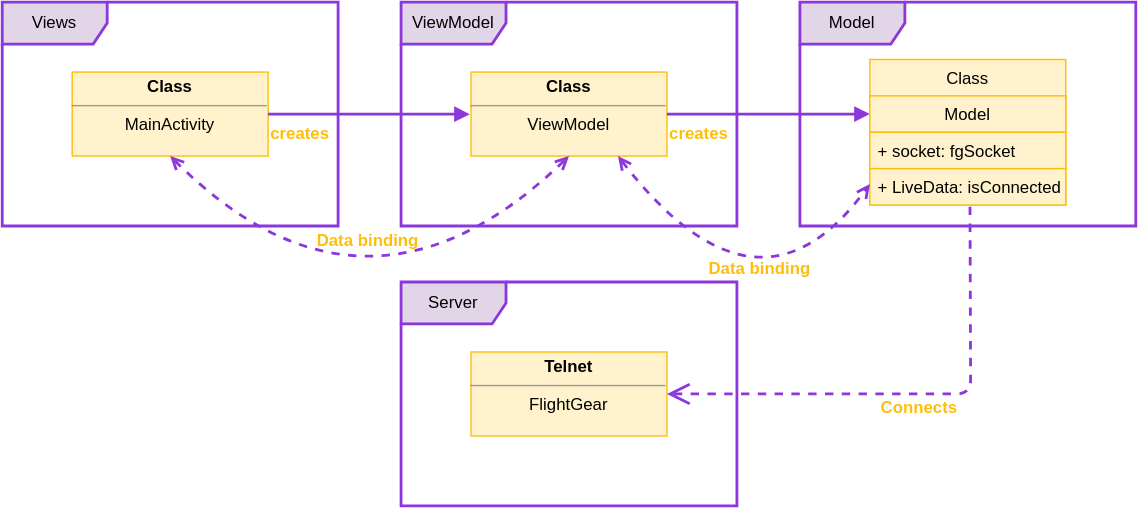
Above: docs/images/flyjoy_UML.svg in eyalmichon/FlyJoy (draw.io), before the change. Source tidied: cells renumbered, new cells last; positions are measured from the earlier drawing's top-left corner, leaving out a move shared by most shapes. Its diagram source:
```xml
<mxGraphModel>
  <root>
    <mxCell id="0" />
    <mxCell id="1" parent="0" />
    <mxCell id="2" value="Views" style="shape=umlFrame;whiteSpace=wrap;html=1;width=75;height=30;fillColor=#e1d5e7;strokeWidth=2;strokeColor=#8c37db;" parent="1" vertex="1">
      <mxGeometry width="240" height="160" as="geometry" />
    </mxCell>
    <mxCell id="3" value="ViewModel" style="shape=umlFrame;whiteSpace=wrap;html=1;width=75;height=30;strokeWidth=2;fillColor=#e1d5e7;strokeColor=#8c37db;" parent="1" vertex="1">
      <mxGeometry x="285" width="240" height="160" as="geometry" />
    </mxCell>
    <mxCell id="4" value="Model" style="shape=umlFrame;whiteSpace=wrap;html=1;width=75;height=30;fillColor=#e1d5e7;strokeWidth=2;strokeColor=#8c37db;" parent="1" vertex="1">
      <mxGeometry x="570" width="240" height="160" as="geometry" />
    </mxCell>
    <mxCell id="5" value="Server" style="shape=umlFrame;whiteSpace=wrap;html=1;width=75;height=30;fillColor=#e1d5e7;strokeWidth=2;strokeColor=#8c37db;" parent="1" vertex="1">
      <mxGeometry x="285" y="200" width="240" height="160" as="geometry" />
    </mxCell>
    <mxCell id="6" value="&lt;p style=&quot;margin: 0px ; margin-top: 4px ; text-align: center&quot;&gt;&lt;b&gt;Class&lt;/b&gt;&lt;/p&gt;&lt;hr size=&quot;1&quot;&gt;&lt;div style=&quot;text-align: center ; height: 2px&quot;&gt;ViewModel&lt;/div&gt;" style="verticalAlign=top;align=left;overflow=fill;fontSize=12;fontFamily=Helvetica;html=1;fillColor=#fff2cc;strokeColor=#ffbe0b;" parent="1" vertex="1">
      <mxGeometry x="335" y="50" width="140" height="60" as="geometry" />
    </mxCell>
    <mxCell id="7" value="&lt;p style=&quot;margin: 0px ; margin-top: 4px ; text-align: center&quot;&gt;&lt;b&gt;Class&lt;/b&gt;&lt;/p&gt;&lt;hr size=&quot;1&quot;&gt;&lt;div style=&quot;text-align: center ; height: 2px&quot;&gt;MainActivity&lt;/div&gt;" style="verticalAlign=top;align=left;overflow=fill;fontSize=12;fontFamily=Helvetica;html=1;fillColor=#fff2cc;strokeColor=#ffbe0b;" parent="1" vertex="1">
      <mxGeometry x="50" y="50" width="140" height="60" as="geometry" />
    </mxCell>
    <mxCell id="8" value="&lt;p style=&quot;margin: 0px ; margin-top: 4px ; text-align: center&quot;&gt;&lt;b&gt;Telnet&lt;/b&gt;&lt;/p&gt;&lt;hr size=&quot;1&quot;&gt;&lt;div style=&quot;text-align: center ; height: 2px&quot;&gt;FlightGear&lt;/div&gt;" style="verticalAlign=top;align=left;overflow=fill;fontSize=12;fontFamily=Helvetica;html=1;fillColor=#fff2cc;strokeColor=#ffbe0b;" parent="1" vertex="1">
      <mxGeometry x="335" y="250" width="140" height="60" as="geometry" />
    </mxCell>
    <mxCell id="9" value="creates" style="endArrow=block;endFill=1;html=1;edgeStyle=orthogonalEdgeStyle;align=left;verticalAlign=top;exitX=1;exitY=0.5;exitDx=0;exitDy=0;entryX=-0.006;entryY=0.501;entryDx=0;entryDy=0;entryPerimeter=0;strokeColor=#8c37db;strokeWidth=2;labelBackgroundColor=none;labelBorderColor=none;fontSize=12;fontStyle=1;fontColor=#ffbe0b;" parent="1" edge="1" source="7" target="6">
      <mxGeometry x="-1" relative="1" as="geometry" />
    </mxCell>
    <mxCell id="10" value="creates" style="endArrow=block;endFill=1;html=1;align=left;verticalAlign=top;exitX=1;exitY=0.5;exitDx=0;exitDy=0;entryX=0;entryY=0.5;entryDx=0;entryDy=0;strokeColor=#8c37db;strokeWidth=2;labelBackgroundColor=none;labelBorderColor=none;fontSize=12;fontStyle=1;fontColor=#ffbe0b;" parent="1" edge="1" source="6">
      <mxGeometry x="-1" relative="1" as="geometry">
        <mxPoint x="620" y="80" as="targetPoint" />
      </mxGeometry>
    </mxCell>
    <mxCell id="11" value="Class" style="swimlane;fontStyle=0;horizontal=1;startSize=26;fillColor=#fff2cc;strokeColor=#ffbe0b;" parent="1" vertex="1">
      <mxGeometry x="620" y="41" width="140" height="104" as="geometry" />
    </mxCell>
    <mxCell id="12" value="Model" style="text;fillColor=#fff2cc;align=center;verticalAlign=top;spacingLeft=4;spacingRight=4;overflow=hidden;strokeColor=#ffbe0b;" parent="11" vertex="1">
      <mxGeometry y="26" width="140" height="26" as="geometry" />
    </mxCell>
    <mxCell id="13" value="+ socket: fgSocket" style="text;fillColor=#fff2cc;align=left;verticalAlign=top;spacingLeft=4;spacingRight=4;overflow=hidden;strokeColor=#ffbe0b;" parent="11" vertex="1">
      <mxGeometry y="52" width="140" height="26" as="geometry" />
    </mxCell>
    <mxCell id="14" value="+ LiveData: isConnected" style="text;fillColor=#fff2cc;align=left;verticalAlign=top;spacingLeft=4;spacingRight=4;overflow=hidden;points=[[0,0.5],[1,0.5]];portConstraint=eastwest;strokeColor=#ffbe0b;" parent="11" vertex="1">
      <mxGeometry y="78" width="140" height="26" as="geometry" />
    </mxCell>
    <mxCell id="15" value="Connects" style="endArrow=open;endSize=12;dashed=1;html=1;exitX=0.511;exitY=1.046;exitDx=0;exitDy=0;exitPerimeter=0;entryX=1;entryY=0.5;entryDx=0;entryDy=0;strokeColor=#8c37db;strokeWidth=2;labelBackgroundColor=none;labelBorderColor=none;fontSize=12;fontStyle=1;fontColor=#ffbe0b;" parent="1" edge="1" source="14" target="8">
      <mxGeometry x="-0.03" y="10" relative="1" as="geometry">
        <Array as="points">
          <mxPoint x="692" y="280" />
        </Array>
      </mxGeometry>
    </mxCell>
    <mxCell id="16" style="endArrow=open;startArrow=open;endFill=0;startFill=0;html=1;dashed=1;exitX=0.5;exitY=1;exitDx=0;exitDy=0;entryX=0.5;entryY=1;entryDx=0;entryDy=0;curved=1;fillColor=#e1d5e7;strokeWidth=2;strokeColor=#8c37db;labelBackgroundColor=none;" parent="1" edge="1" source="7" target="6">
      <mxGeometry relative="1" as="geometry">
        <Array as="points">
          <mxPoint x="260" y="250" />
        </Array>
      </mxGeometry>
    </mxCell>
    <mxCell id="17" value="Data binding" style="edgeLabel;html=1;align=center;verticalAlign=middle;labelBackgroundColor=none;labelBorderColor=none;fontSize=12;fontStyle=1;fontColor=#ffbe0b;" parent="16" vertex="1">
      <mxGeometry x="-0.25" y="49" relative="1" as="geometry">
        <mxPoint y="-11" as="offset" />
      </mxGeometry>
    </mxCell>
    <mxCell id="18" style="endArrow=open;startArrow=open;endFill=0;startFill=0;html=1;dashed=1;exitX=0.75;exitY=1;exitDx=0;exitDy=0;curved=1;strokeColor=#8c37db;strokeWidth=2;" parent="1" edge="1" source="6">
      <mxGeometry relative="1" as="geometry">
        <mxPoint x="620" y="130" as="targetPoint" />
        <Array as="points">
          <mxPoint x="540" y="240" />
        </Array>
      </mxGeometry>
    </mxCell>
    <mxCell id="19" value="Data binding" style="edgeLabel;html=1;align=center;verticalAlign=middle;labelBackgroundColor=none;labelBorderColor=none;fontSize=12;fontStyle=1;fontColor=#ffbe0b;" parent="18" vertex="1">
      <mxGeometry x="-0.25" y="49" relative="1" as="geometry">
        <mxPoint x="-7" y="21" as="offset" />
      </mxGeometry>
    </mxCell>
  </root>
</mxGraphModel>
```
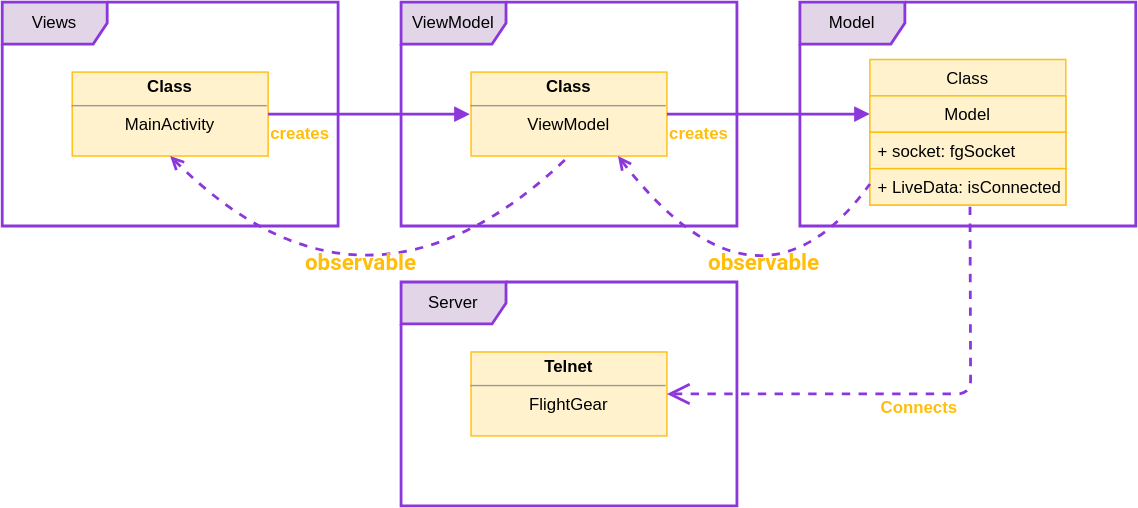
The same file after the commit.

The edit, as a diff of the source:
```diff
@@ -50,19 +50,19 @@
         </Array>
       </mxGeometry>
     </mxCell>
-    <mxCell id="16" style="endArrow=open;startArrow=open;endFill=0;startFill=0;html=1;dashed=1;exitX=0.5;exitY=1;exitDx=0;exitDy=0;entryX=0.5;entryY=1;entryDx=0;entryDy=0;curved=1;fillColor=#e1d5e7;strokeWidth=2;strokeColor=#8c37db;labelBackgroundColor=none;" parent="1" edge="1" source="7" target="6">
+    <mxCell id="16" style="endArrow=none;startArrow=open;endFill=0;startFill=0;html=1;dashed=1;exitX=0.5;exitY=1;exitDx=0;exitDy=0;entryX=0.5;entryY=1;entryDx=0;entryDy=0;curved=1;fillColor=#e1d5e7;strokeWidth=2;strokeColor=#8c37db;labelBackgroundColor=none;" parent="1" edge="1" source="7" target="6">
       <mxGeometry relative="1" as="geometry">
         <Array as="points">
           <mxPoint x="260" y="250" />
         </Array>
       </mxGeometry>
     </mxCell>
-    <mxCell id="17" value="Data binding" style="edgeLabel;html=1;align=center;verticalAlign=middle;labelBackgroundColor=none;labelBorderColor=none;fontSize=12;fontStyle=1;fontColor=#ffbe0b;" parent="16" vertex="1">
+    <mxCell id="17" value="&lt;span style=&quot;font-family: roboto, &amp;quot;noto sans&amp;quot;, &amp;quot;noto sans jp&amp;quot;, &amp;quot;noto sans kr&amp;quot;, &amp;quot;noto naskh arabic&amp;quot;, &amp;quot;noto sans thai&amp;quot;, &amp;quot;noto sans hebrew&amp;quot;, &amp;quot;noto sans bengali&amp;quot;, sans-serif; font-size: 16px;&quot;&gt;observable&lt;/span&gt;" style="edgeLabel;html=1;align=center;verticalAlign=middle;labelBackgroundColor=none;labelBorderColor=none;fontSize=12;fontStyle=1;fontColor=#FFBE0B;" parent="16" vertex="1">
       <mxGeometry x="-0.25" y="49" relative="1" as="geometry">
-        <mxPoint y="-11" as="offset" />
+        <mxPoint x="-5" y="4" as="offset" />
       </mxGeometry>
     </mxCell>
-    <mxCell id="18" style="endArrow=open;startArrow=open;endFill=0;startFill=0;html=1;dashed=1;exitX=0.75;exitY=1;exitDx=0;exitDy=0;curved=1;strokeColor=#8c37db;strokeWidth=2;" parent="1" edge="1" source="6">
+    <mxCell id="18" style="endArrow=none;startArrow=open;endFill=0;startFill=0;html=1;dashed=1;exitX=0.75;exitY=1;exitDx=0;exitDy=0;curved=1;strokeColor=#8c37db;strokeWidth=2;" parent="1" edge="1" source="6">
       <mxGeometry relative="1" as="geometry">
         <mxPoint x="620" y="130" as="targetPoint" />
         <Array as="points">
@@ -70,9 +70,9 @@
         </Array>
       </mxGeometry>
     </mxCell>
-    <mxCell id="19" value="Data binding" style="edgeLabel;html=1;align=center;verticalAlign=middle;labelBackgroundColor=none;labelBorderColor=none;fontSize=12;fontStyle=1;fontColor=#ffbe0b;" parent="18" vertex="1">
+    <mxCell id="19" value="&lt;span style=&quot;font-family: roboto, &amp;quot;noto sans&amp;quot;, &amp;quot;noto sans jp&amp;quot;, &amp;quot;noto sans kr&amp;quot;, &amp;quot;noto naskh arabic&amp;quot;, &amp;quot;noto sans thai&amp;quot;, &amp;quot;noto sans hebrew&amp;quot;, &amp;quot;noto sans bengali&amp;quot;, sans-serif; font-size: 16px;&quot;&gt;observable&lt;/span&gt;" style="edgeLabel;html=1;align=center;verticalAlign=middle;labelBackgroundColor=none;labelBorderColor=none;fontSize=12;fontStyle=1;fontColor=#FFBE0B;" parent="18" vertex="1">
       <mxGeometry x="-0.25" y="49" relative="1" as="geometry">
-        <mxPoint x="-7" y="21" as="offset" />
+        <mxPoint x="-4" y="16" as="offset" />
       </mxGeometry>
     </mxCell>
   </root>
```
